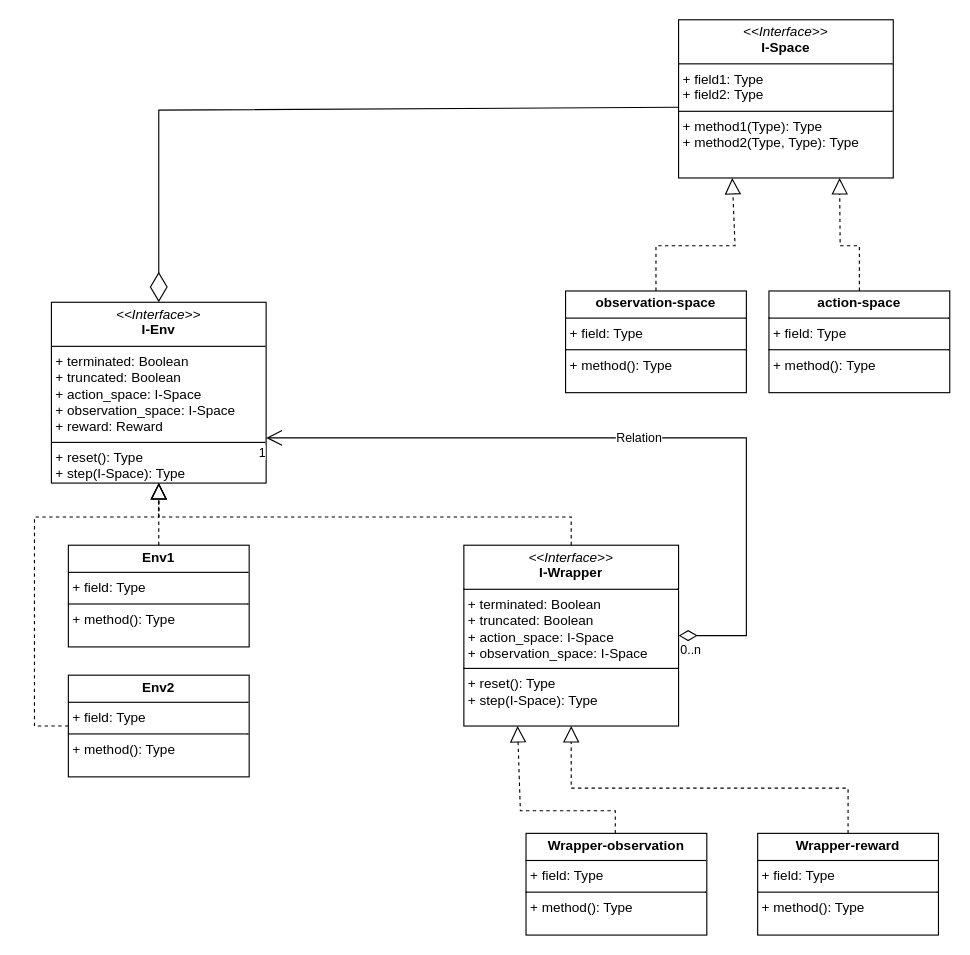
This is gymClassDiagram.drawio from Mohamed66Adel/gym_Class_diagram, a draw.io file, before an edit. Source tidied: cells renumbered, new cells numbered last; positions are measured from the earlier drawing's top-left corner, leaving out a move shared by most shapes. Both pictures are drawn from the tidied source at 113%, with x=0, y=0 at pixel (34, 19).
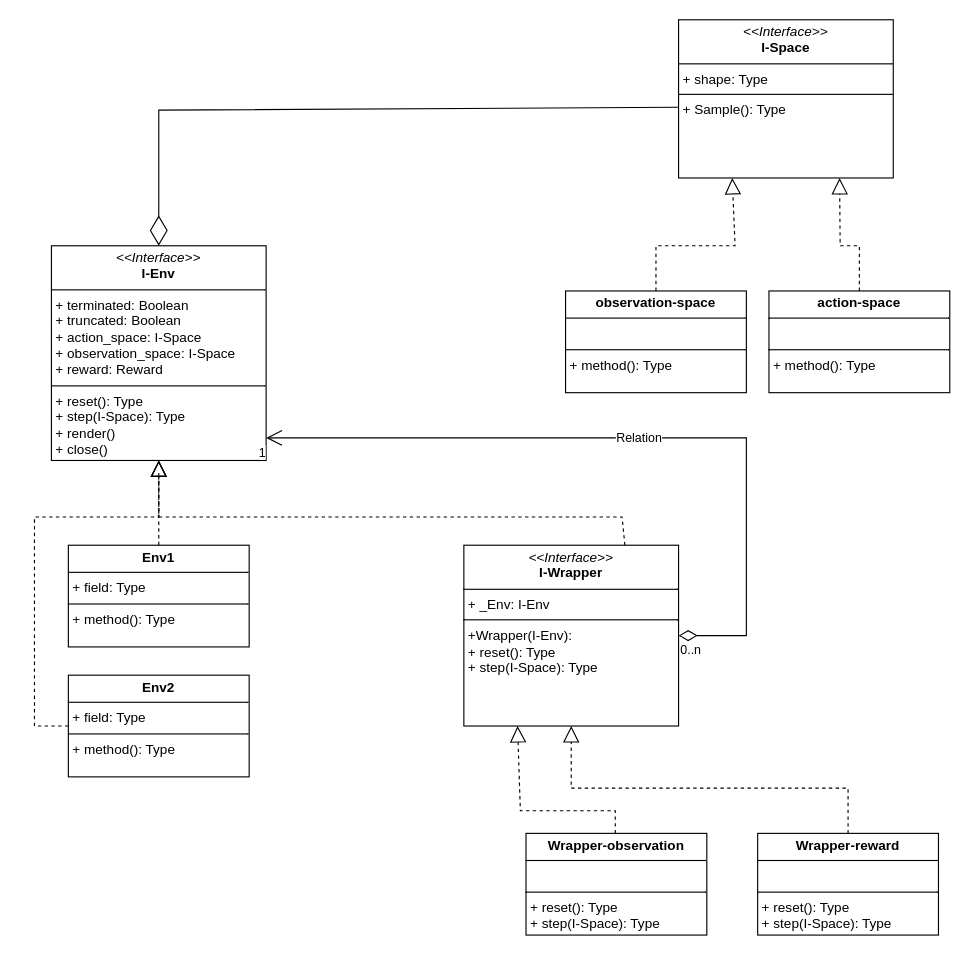
After the change.

Unchanged cells that the change refers to:
```xml
<mxCell id="8" value="&lt;p style=&quot;margin:0px;margin-top:4px;text-align:center;&quot;&gt;&lt;b&gt;Env1&lt;/b&gt;&lt;/p&gt;&lt;hr size=&quot;1&quot; style=&quot;border-style:solid;&quot;&gt;&lt;p style=&quot;margin:0px;margin-left:4px;&quot;&gt;+ field: Type&lt;/p&gt;&lt;hr size=&quot;1&quot; style=&quot;border-style:solid;&quot;&gt;&lt;p style=&quot;margin:0px;margin-left:4px;&quot;&gt;+ method(): Type&lt;/p&gt;" style="verticalAlign=top;align=left;overflow=fill;html=1;whiteSpace=wrap;" parent="1" vertex="1">
  <mxGeometry x="30" y="465" width="160" height="90" as="geometry" />
</mxCell>
<mxCell id="18" style="group;" parent="1" vertex="1">
  <mxGeometry x="475" y="680" width="325" height="130" as="geometry" />
</mxCell>
```

Diff of the diagram source:
```diff
@@
-    <mxCell id="2" value="&lt;p style=&quot;margin:0px;margin-top:4px;text-align:center;&quot;&gt;&lt;i&gt;&amp;lt;&amp;lt;Interface&amp;gt;&amp;gt;&lt;/i&gt;&lt;br&gt;&lt;b&gt;I-Env&lt;/b&gt;&lt;/p&gt;&lt;hr size=&quot;1&quot; style=&quot;border-style:solid;&quot;&gt;&lt;p style=&quot;margin:0px;margin-left:4px;&quot;&gt;+ terminated: Boolean&lt;br&gt;+ truncated: Boolean&lt;/p&gt;&lt;p style=&quot;margin:0px;margin-left:4px;&quot;&gt;+ action_space: I-Space&lt;/p&gt;&lt;p style=&quot;margin:0px;margin-left:4px;&quot;&gt;+ observation_space: I-Space&lt;br&gt;&lt;/p&gt;&lt;p style=&quot;margin:0px;margin-left:4px;&quot;&gt;+ reward: Reward&lt;/p&gt;&lt;hr size=&quot;1&quot; style=&quot;border-style:solid;&quot;&gt;&lt;p style=&quot;margin:0px;margin-left:4px;&quot;&gt;+ reset(): Type&lt;br&gt;+ step(I-Space): Type&lt;/p&gt;" style="verticalAlign=top;align=left;overflow=fill;html=1;whiteSpace=wrap;" parent="1" vertex="1">
-      <mxGeometry x="15" y="250" width="190" height="160" as="geometry" />
+    <mxCell id="2" value="&lt;p style=&quot;margin:0px;margin-top:4px;text-align:center;&quot;&gt;&lt;i&gt;&amp;lt;&amp;lt;Interface&amp;gt;&amp;gt;&lt;/i&gt;&lt;br&gt;&lt;b&gt;I-Env&lt;/b&gt;&lt;/p&gt;&lt;hr size=&quot;1&quot; style=&quot;border-style:solid;&quot;&gt;&lt;p style=&quot;margin:0px;margin-left:4px;&quot;&gt;+ terminated: Boolean&lt;br&gt;+ truncated: Boolean&lt;/p&gt;&lt;p style=&quot;margin:0px;margin-left:4px;&quot;&gt;+ action_space: I-Space&lt;/p&gt;&lt;p style=&quot;margin:0px;margin-left:4px;&quot;&gt;+ observation_space: I-Space&lt;br&gt;&lt;/p&gt;&lt;p style=&quot;margin:0px;margin-left:4px;&quot;&gt;+ reward: Reward&lt;/p&gt;&lt;hr size=&quot;1&quot; style=&quot;border-style:solid;&quot;&gt;&lt;p style=&quot;margin:0px;margin-left:4px;&quot;&gt;+ reset(): Type&lt;br&gt;+ step(I-Space): Type&lt;/p&gt;&lt;p style=&quot;margin:0px;margin-left:4px;&quot;&gt;+ render()&lt;/p&gt;&lt;p style=&quot;margin:0px;margin-left:4px;&quot;&gt;+ close()&lt;/p&gt;&lt;p style=&quot;margin:0px;margin-left:4px;&quot;&gt;&lt;br&gt;&lt;/p&gt;" style="verticalAlign=top;align=left;overflow=fill;html=1;whiteSpace=wrap;" parent="1" vertex="1">
+      <mxGeometry x="15" y="200" width="190" height="190" as="geometry" />
     </mxCell>
-    <mxCell id="3" value="&lt;p style=&quot;margin:0px;margin-top:4px;text-align:center;&quot;&gt;&lt;b&gt;action-space&lt;/b&gt;&lt;/p&gt;&lt;hr size=&quot;1&quot; style=&quot;border-style:solid;&quot;&gt;&lt;p style=&quot;margin:0px;margin-left:4px;&quot;&gt;+ field: Type&lt;/p&gt;&lt;hr size=&quot;1&quot; style=&quot;border-style:solid;&quot;&gt;&lt;p style=&quot;margin:0px;margin-left:4px;&quot;&gt;+ method(): Type&lt;/p&gt;" style="verticalAlign=top;align=left;overflow=fill;html=1;whiteSpace=wrap;" parent="1" vertex="1">
+    <mxCell id="3" value="&lt;p style=&quot;margin:0px;margin-top:4px;text-align:center;&quot;&gt;&lt;b&gt;action-space&lt;/b&gt;&lt;/p&gt;&lt;hr size=&quot;1&quot; style=&quot;border-style:solid;&quot;&gt;&lt;p style=&quot;margin:0px;margin-left:4px;&quot;&gt;&lt;br&gt;&lt;/p&gt;&lt;hr size=&quot;1&quot; style=&quot;border-style:solid;&quot;&gt;&lt;p style=&quot;margin:0px;margin-left:4px;&quot;&gt;+ method(): Type&lt;/p&gt;" style="verticalAlign=top;align=left;overflow=fill;html=1;whiteSpace=wrap;" parent="1" vertex="1">
       <mxGeometry x="650" y="240" width="160" height="90" as="geometry" />
     </mxCell>
-    <mxCell id="4" value="&lt;p style=&quot;margin:0px;margin-top:4px;text-align:center;&quot;&gt;&lt;i&gt;&amp;lt;&amp;lt;Interface&amp;gt;&amp;gt;&lt;/i&gt;&lt;br&gt;&lt;b&gt;I-Space&lt;/b&gt;&lt;/p&gt;&lt;hr size=&quot;1&quot; style=&quot;border-style:solid;&quot;&gt;&lt;p style=&quot;margin:0px;margin-left:4px;&quot;&gt;+ field1: Type&lt;br&gt;+ field2: Type&lt;/p&gt;&lt;hr size=&quot;1&quot; style=&quot;border-style:solid;&quot;&gt;&lt;p style=&quot;margin:0px;margin-left:4px;&quot;&gt;+ method1(Type): Type&lt;br&gt;+ method2(Type, Type): Type&lt;/p&gt;" style="verticalAlign=top;align=left;overflow=fill;html=1;whiteSpace=wrap;" parent="1" vertex="1">
+    <mxCell id="4" value="&lt;p style=&quot;margin:0px;margin-top:4px;text-align:center;&quot;&gt;&lt;i&gt;&amp;lt;&amp;lt;Interface&amp;gt;&amp;gt;&lt;/i&gt;&lt;br&gt;&lt;b&gt;I-Space&lt;/b&gt;&lt;/p&gt;&lt;hr size=&quot;1&quot; style=&quot;border-style:solid;&quot;&gt;&lt;p style=&quot;margin:0px;margin-left:4px;&quot;&gt;+ shape: Type&lt;br&gt;&lt;/p&gt;&lt;hr size=&quot;1&quot; style=&quot;border-style:solid;&quot;&gt;&lt;p style=&quot;margin:0px;margin-left:4px;&quot;&gt;+ Sample(): Type&lt;br&gt;&lt;/p&gt;" style="verticalAlign=top;align=left;overflow=fill;html=1;whiteSpace=wrap;" parent="1" vertex="1">
       <mxGeometry x="570" width="190" height="140" as="geometry" />
     </mxCell>
-    <mxCell id="5" value="&lt;p style=&quot;margin:0px;margin-top:4px;text-align:center;&quot;&gt;&lt;b&gt;observation-space&lt;/b&gt;&lt;/p&gt;&lt;hr size=&quot;1&quot; style=&quot;border-style:solid;&quot;&gt;&lt;p style=&quot;margin:0px;margin-left:4px;&quot;&gt;+ field: Type&lt;/p&gt;&lt;hr size=&quot;1&quot; style=&quot;border-style:solid;&quot;&gt;&lt;p style=&quot;margin:0px;margin-left:4px;&quot;&gt;+ method(): Type&lt;/p&gt;" style="verticalAlign=top;align=left;overflow=fill;html=1;whiteSpace=wrap;" parent="1" vertex="1">
+    <mxCell id="5" value="&lt;p style=&quot;margin:0px;margin-top:4px;text-align:center;&quot;&gt;&lt;b&gt;observation-space&lt;/b&gt;&lt;/p&gt;&lt;hr size=&quot;1&quot; style=&quot;border-style:solid;&quot;&gt;&lt;p style=&quot;margin:0px;margin-left:4px;&quot;&gt;&lt;br&gt;&lt;/p&gt;&lt;hr size=&quot;1&quot; style=&quot;border-style:solid;&quot;&gt;&lt;p style=&quot;margin:0px;margin-left:4px;&quot;&gt;+ method(): Type&lt;/p&gt;" style="verticalAlign=top;align=left;overflow=fill;html=1;whiteSpace=wrap;" parent="1" vertex="1">
       <mxGeometry x="470" y="240" width="160" height="90" as="geometry" />
     </mxCell>
@@
     <mxCell id="10" style="endArrow=block;dashed=1;endFill=0;endSize=12;html=1;rounded=0;entryX=0.5;entryY=1;entryDx=0;entryDy=0;exitX=0.5;exitY=0;exitDx=0;exitDy=0;" parent="1" edge="1" source="8" target="2">
-      <mxGeometry relative="1" as="geometry" />
+      <mxGeometry relative="1" as="geometry">
+        <Array as="points">
+          <mxPoint x="110" y="400" />
+        </Array>
+      </mxGeometry>
     </mxCell>
-    <mxCell id="11" value="&lt;p style=&quot;margin:0px;margin-top:4px;text-align:center;&quot;&gt;&lt;i&gt;&amp;lt;&amp;lt;Interface&amp;gt;&amp;gt;&lt;/i&gt;&lt;br&gt;&lt;b&gt;I-Wrapper&lt;/b&gt;&lt;/p&gt;&lt;hr size=&quot;1&quot; style=&quot;border-style:solid;&quot;&gt;&lt;p style=&quot;margin:0px;margin-left:4px;&quot;&gt;+ terminated: Boolean&lt;br&gt;+ truncated: Boolean&lt;/p&gt;&lt;p style=&quot;margin:0px;margin-left:4px;&quot;&gt;+ action_space: I-Space&lt;/p&gt;&lt;p style=&quot;margin:0px;margin-left:4px;&quot;&gt;+ observation_space: I-Space&lt;br&gt;&lt;/p&gt;&lt;hr size=&quot;1&quot; style=&quot;border-style:solid;&quot;&gt;&lt;p style=&quot;margin:0px;margin-left:4px;&quot;&gt;+ reset(): Type&lt;br&gt;+ step(I-Space): Type&lt;/p&gt;" style="verticalAlign=top;align=left;overflow=fill;html=1;whiteSpace=wrap;" parent="1" vertex="1">
+    <mxCell id="11" value="&lt;p style=&quot;margin:0px;margin-top:4px;text-align:center;&quot;&gt;&lt;i&gt;&amp;lt;&amp;lt;Interface&amp;gt;&amp;gt;&lt;/i&gt;&lt;br&gt;&lt;b&gt;I-Wrapper&lt;/b&gt;&lt;/p&gt;&lt;hr size=&quot;1&quot; style=&quot;border-style:solid;&quot;&gt;&lt;p style=&quot;margin:0px;margin-left:4px;&quot;&gt;+ _Env: I-Env&lt;/p&gt;&lt;hr size=&quot;1&quot; style=&quot;border-style:solid;&quot;&gt;&lt;p style=&quot;margin:0px;margin-left:4px;&quot;&gt;+Wrapper(I-Env):&lt;/p&gt;&lt;p style=&quot;margin:0px;margin-left:4px;&quot;&gt;+ reset(): Type&lt;br&gt;+ step(I-Space): Type&lt;/p&gt;" style="verticalAlign=top;align=left;overflow=fill;html=1;whiteSpace=wrap;" parent="1" vertex="1">
       <mxGeometry x="380" y="465" width="190" height="160" as="geometry" />
     </mxCell>
@@
-    <mxCell id="14" style="endArrow=block;dashed=1;endFill=0;endSize=12;html=1;rounded=0;exitX=0.5;exitY=0;exitDx=0;exitDy=0;" parent="1" edge="1" source="11">
+    <mxCell id="14" style="endArrow=block;dashed=1;endFill=0;endSize=12;html=1;rounded=0;exitX=0.75;exitY=0;exitDx=0;exitDy=0;entryX=0.5;entryY=1;entryDx=0;entryDy=0;" parent="1" edge="1" source="11" target="2">
       <mxGeometry relative="1" as="geometry">
-        <mxPoint x="110" y="410" as="targetPoint" />
         <Array as="points">
-          <mxPoint x="475" y="440" />
-          <mxPoint x="340" y="440" />
+          <mxPoint x="520" y="440" />
+          <mxPoint x="390" y="440" />
           <mxPoint x="110" y="440" />
         </Array>
       </mxGeometry>
     </mxCell>
-    <mxCell id="15" value="Relation" style="endArrow=open;html=1;endSize=12;startArrow=diamondThin;startSize=14;startFill=0;edgeStyle=orthogonalEdgeStyle;rounded=0;exitX=1;exitY=0.5;exitDx=0;exitDy=0;entryX=1;entryY=0.75;entryDx=0;entryDy=0;" parent="1" edge="1" source="11" target="2">
+    <mxCell id="15" value="Relation" style="endArrow=open;html=1;endSize=12;startArrow=diamondThin;startSize=14;startFill=0;edgeStyle=orthogonalEdgeStyle;rounded=0;exitX=1;exitY=0.5;exitDx=0;exitDy=0;" parent="1" edge="1" source="11" target="2">
       <mxGeometry relative="1" as="geometry">
         <Array as="points">
           <mxPoint x="630" y="545" />
           <mxPoint x="630" y="370" />
         </Array>
       </mxGeometry>
     </mxCell>
@@
-    <mxCell id="19" value="&lt;p style=&quot;margin:0px;margin-top:4px;text-align:center;&quot;&gt;&lt;b&gt;Wrapper-reward&lt;/b&gt;&lt;/p&gt;&lt;hr size=&quot;1&quot; style=&quot;border-style:solid;&quot;&gt;&lt;p style=&quot;margin:0px;margin-left:4px;&quot;&gt;+ field: Type&lt;/p&gt;&lt;hr size=&quot;1&quot; style=&quot;border-style:solid;&quot;&gt;&lt;p style=&quot;margin:0px;margin-left:4px;&quot;&gt;+ method(): Type&lt;/p&gt;" style="verticalAlign=top;align=left;overflow=fill;html=1;whiteSpace=wrap;" parent="18" vertex="1">
+    <mxCell id="19" value="&lt;p style=&quot;margin:0px;margin-top:4px;text-align:center;&quot;&gt;&lt;b&gt;Wrapper-reward&lt;/b&gt;&lt;/p&gt;&lt;hr size=&quot;1&quot; style=&quot;border-style:solid;&quot;&gt;&lt;p style=&quot;margin:0px;margin-left:4px;&quot;&gt;&lt;br&gt;&lt;/p&gt;&lt;hr size=&quot;1&quot; style=&quot;border-style:solid;&quot;&gt;&lt;p style=&quot;margin:0px;margin-left:4px;&quot;&gt;+ reset(): Type&lt;br&gt;+ step(I-Space): Type&lt;br&gt;&lt;/p&gt;" style="verticalAlign=top;align=left;overflow=fill;html=1;whiteSpace=wrap;" parent="18" vertex="1">
       <mxGeometry x="165" y="40" width="160" height="90" as="geometry" />
     </mxCell>
@@
-    <mxCell id="21" value="&lt;p style=&quot;margin:0px;margin-top:4px;text-align:center;&quot;&gt;&lt;b&gt;Wrapper-observation&lt;/b&gt;&lt;/p&gt;&lt;hr size=&quot;1&quot; style=&quot;border-style:solid;&quot;&gt;&lt;p style=&quot;margin:0px;margin-left:4px;&quot;&gt;+ field: Type&lt;/p&gt;&lt;hr size=&quot;1&quot; style=&quot;border-style:solid;&quot;&gt;&lt;p style=&quot;margin:0px;margin-left:4px;&quot;&gt;+ method(): Type&lt;/p&gt;" style="verticalAlign=top;align=left;overflow=fill;html=1;whiteSpace=wrap;" parent="1" vertex="1">
+    <mxCell id="21" value="&lt;p style=&quot;margin:0px;margin-top:4px;text-align:center;&quot;&gt;&lt;b&gt;Wrapper-observation&lt;/b&gt;&lt;/p&gt;&lt;hr size=&quot;1&quot; style=&quot;border-style:solid;&quot;&gt;&lt;p style=&quot;margin:0px;margin-left:4px;&quot;&gt;&lt;br&gt;&lt;/p&gt;&lt;hr size=&quot;1&quot; style=&quot;border-style:solid;&quot;&gt;&lt;p style=&quot;margin:0px;margin-left:4px;&quot;&gt;+ reset(): Type&lt;br&gt;+ step(I-Space): Type&lt;br&gt;&lt;/p&gt;" style="verticalAlign=top;align=left;overflow=fill;html=1;whiteSpace=wrap;" parent="1" vertex="1">
       <mxGeometry x="435" y="720" width="160" height="90" as="geometry" />
     </mxCell>
```
